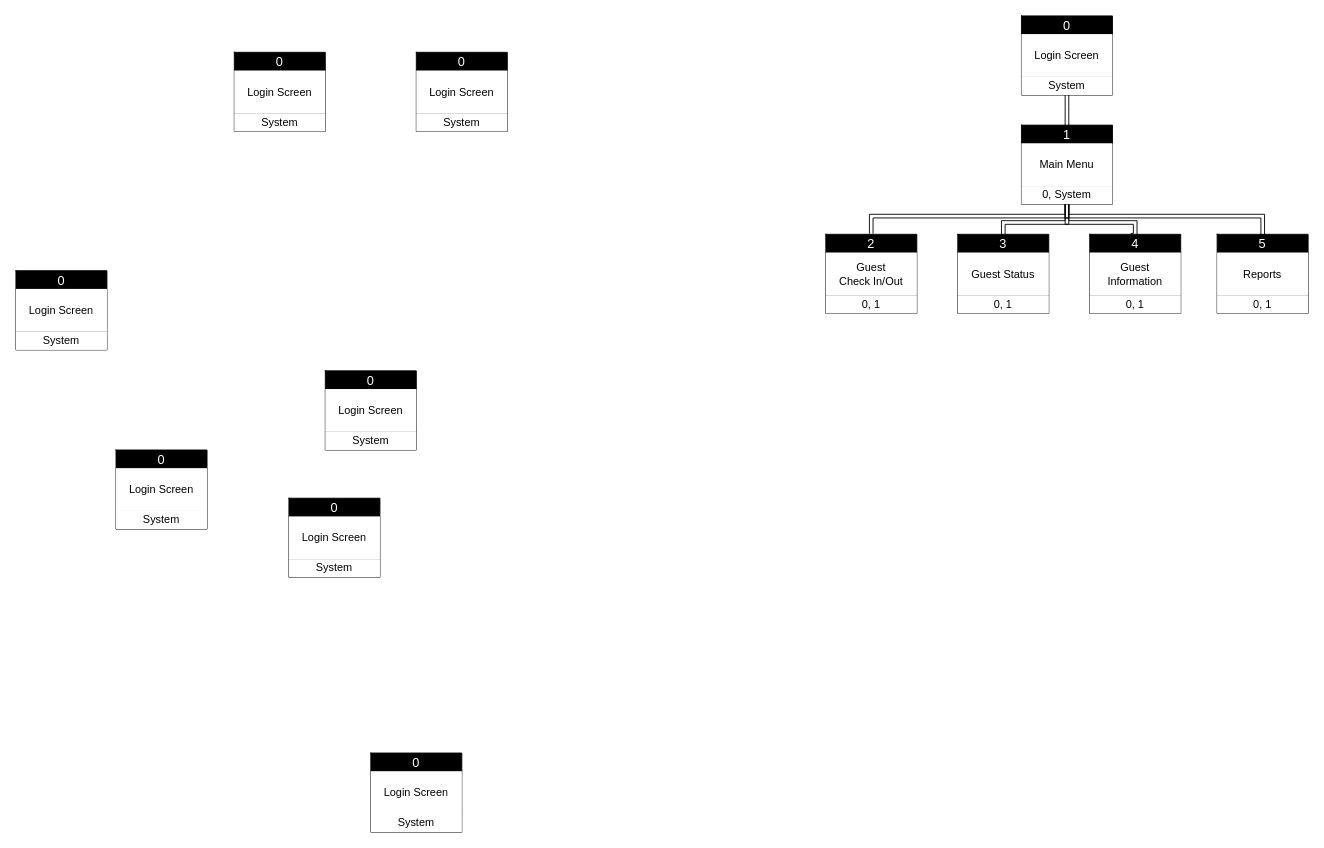
argounova/draw-io keeps this draw.io diagram as mis350-module6.drawio. Above is the earlier version. Source tidied: cells renumbered, new cells numbered last; positions are measured from the earlier drawing's top-left corner, leaving out a move shared by most shapes. Both pictures are drawn from the tidied source at 91%, with x=0, y=0 at pixel (15, 15).
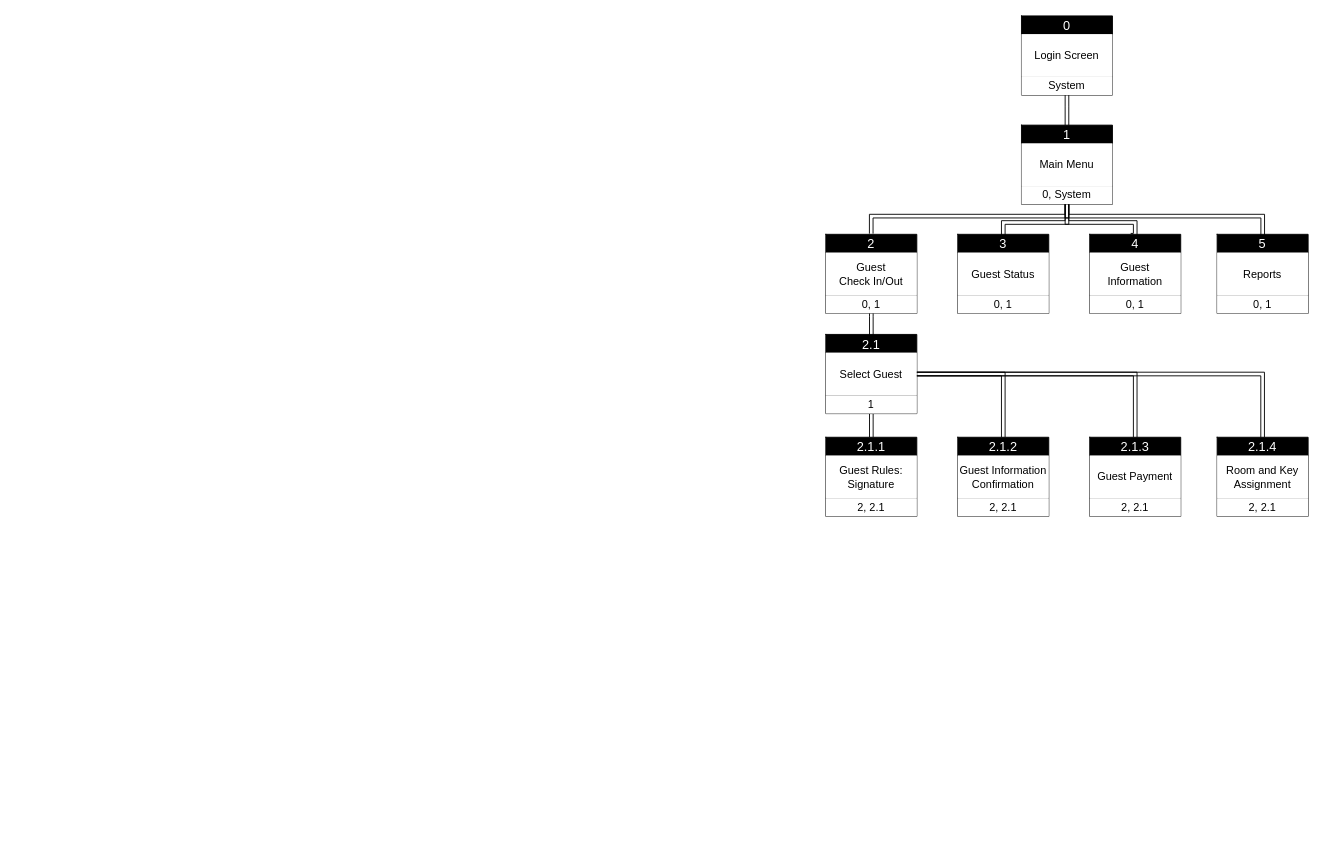
The same page after the edit.

The change refers to these unchanged cells:
```xml
<mxCell id="17" style="shape=tableRow;horizontal=0;startSize=0;swimlaneHead=0;swimlaneBody=0;strokeColor=inherit;top=0;left=0;bottom=0;right=0;fillColor=none;" parent="16" vertex="1">
  <mxGeometry width="100" height="20" as="geometry" />
</mxCell>
<mxCell id="19" style="shape=tableRow;horizontal=0;startSize=0;swimlaneHead=0;swimlaneBody=0;strokeColor=inherit;top=0;left=0;bottom=0;right=0;fillColor=none;" parent="16" vertex="1">
  <mxGeometry y="20" width="100" height="47" as="geometry" />
</mxCell>
<mxCell id="21" style="shape=tableRow;horizontal=0;startSize=0;swimlaneHead=0;swimlaneBody=0;strokeColor=inherit;top=0;left=0;bottom=0;right=0;fillColor=none;" parent="16" vertex="1">
  <mxGeometry y="67" width="100" height="20" as="geometry" />
</mxCell>
<mxCell id="23" style="shape=table;startSize=0;childLayout=tableLayout;" parent="1" vertex="1">
  <mxGeometry x="890" y="240" width="100" height="87" as="geometry" />
</mxCell>
<mxCell id="45" style="shape=tableRow;horizontal=0;startSize=0;swimlaneHead=0;swimlaneBody=0;strokeColor=inherit;top=0;left=0;bottom=0;right=0;fillColor=none;points=[[0,0.5],[1,0.5]];portConstraint=eastwest;" parent="44" vertex="1">
  <mxGeometry width="100" height="20" as="geometry" />
</mxCell>
<mxCell id="47" style="shape=tableRow;horizontal=0;startSize=0;swimlaneHead=0;swimlaneBody=0;strokeColor=inherit;top=0;left=0;bottom=0;right=0;fillColor=none;points=[[0,0.5],[1,0.5]];portConstraint=eastwest;" parent="44" vertex="1">
  <mxGeometry y="20" width="100" height="47" as="geometry" />
</mxCell>
<mxCell id="49" style="shape=tableRow;horizontal=0;startSize=0;swimlaneHead=0;swimlaneBody=0;strokeColor=inherit;top=0;left=0;bottom=0;right=0;fillColor=none;" parent="44" vertex="1">
  <mxGeometry y="67" width="100" height="20" as="geometry" />
</mxCell>
<mxCell id="59" style="shape=tableRow;horizontal=0;startSize=0;swimlaneHead=0;swimlaneBody=0;strokeColor=inherit;top=0;left=0;bottom=0;right=0;fillColor=none;" parent="58" vertex="1">
  <mxGeometry width="100" height="20" as="geometry" />
</mxCell>
<mxCell id="61" style="shape=tableRow;horizontal=0;startSize=0;swimlaneHead=0;swimlaneBody=0;strokeColor=inherit;top=0;left=0;bottom=0;right=0;fillColor=none;" parent="58" vertex="1">
  <mxGeometry y="20" width="100" height="47" as="geometry" />
</mxCell>
<mxCell id="63" style="shape=tableRow;horizontal=0;startSize=0;swimlaneHead=0;swimlaneBody=0;strokeColor=inherit;top=0;left=0;bottom=0;right=0;fillColor=none;" parent="58" vertex="1">
  <mxGeometry y="67" width="100" height="20" as="geometry" />
</mxCell>
<mxCell id="66" style="shape=tableRow;horizontal=0;startSize=0;swimlaneHead=0;swimlaneBody=0;strokeColor=inherit;top=0;left=0;bottom=0;right=0;fillColor=none;" parent="65" vertex="1">
  <mxGeometry width="100" height="20" as="geometry" />
</mxCell>
<mxCell id="68" style="shape=tableRow;horizontal=0;startSize=0;swimlaneHead=0;swimlaneBody=0;strokeColor=inherit;top=0;left=0;bottom=0;right=0;fillColor=none;" parent="65" vertex="1">
  <mxGeometry y="20" width="100" height="47" as="geometry" />
</mxCell>
<mxCell id="70" style="shape=tableRow;horizontal=0;startSize=0;swimlaneHead=0;swimlaneBody=0;strokeColor=inherit;top=0;left=0;bottom=0;right=0;fillColor=none;" parent="65" vertex="1">
  <mxGeometry y="67" width="100" height="20" as="geometry" />
</mxCell>
<mxCell id="73" style="shape=tableRow;horizontal=0;startSize=0;swimlaneHead=0;swimlaneBody=0;strokeColor=inherit;top=0;left=0;bottom=0;right=0;fillColor=none;" parent="72" vertex="1">
  <mxGeometry width="100" height="20" as="geometry" />
</mxCell>
<mxCell id="75" style="shape=tableRow;horizontal=0;startSize=0;swimlaneHead=0;swimlaneBody=0;strokeColor=inherit;top=0;left=0;bottom=0;right=0;fillColor=none;" parent="72" vertex="1">
  <mxGeometry y="20" width="100" height="47" as="geometry" />
</mxCell>
<mxCell id="77" style="shape=tableRow;horizontal=0;startSize=0;swimlaneHead=0;swimlaneBody=0;strokeColor=inherit;top=0;left=0;bottom=0;right=0;fillColor=none;" parent="72" vertex="1">
  <mxGeometry y="67" width="100" height="20" as="geometry" />
</mxCell>
```

Diff of the diagram source:
```diff
@@
     <mxCell id="16" style="shape=table;startSize=0;childLayout=tableLayout;" parent="1" vertex="1">
-      <mxGeometry x="110" y="477" width="100" height="87" as="geometry" />
+      <mxGeometry x="1320" y="463" width="100" height="87" as="geometry" />
     </mxCell>
@@
-    <mxCell id="18" value="0" style="shape=partialRectangle;html=1;whiteSpace=wrap;overflow=hidden;top=0;left=0;bottom=0;right=0;fillColor=#000000;fontColor=#FFFFFF;fontSize=14;" parent="17" vertex="1">
+    <mxCell id="18" value="2.1.4" style="shape=partialRectangle;html=1;whiteSpace=wrap;overflow=hidden;top=0;left=0;bottom=0;right=0;fillColor=#000000;fontColor=#FFFFFF;fontSize=14;" parent="17" vertex="1">
       <mxGeometry width="100" height="20" as="geometry" />
     </mxCell>
@@
-    <mxCell id="20" value="Login Screen" style="shape=partialRectangle;html=1;whiteSpace=wrap;strokeColor=inherit;overflow=hidden;fillColor=#FFFFFF;top=0;left=0;bottom=0;right=0;fillStyle=solid;" parent="19" vertex="1">
+    <mxCell id="20" value="Room and Key&lt;div&gt;Assignment&lt;/div&gt;" style="shape=partialRectangle;html=1;whiteSpace=wrap;strokeColor=inherit;overflow=hidden;fillColor=#FFFFFF;top=0;left=0;bottom=0;right=0;fillStyle=solid;" parent="19" vertex="1">
       <mxGeometry width="100" height="47" as="geometry" />
     </mxCell>
@@
-    <mxCell id="22" value="System" style="shape=partialRectangle;html=1;whiteSpace=wrap;strokeColor=inherit;overflow=hidden;fillColor=default;top=0;left=0;bottom=0;right=0;fillStyle=solid;" parent="21" vertex="1">
+    <mxCell id="22" value="2, 2.1" style="shape=partialRectangle;html=1;whiteSpace=wrap;strokeColor=inherit;overflow=hidden;fillColor=default;top=0;left=0;bottom=0;right=0;fillStyle=solid;" parent="21" vertex="1">
       <mxGeometry width="100" height="20" as="geometry" />
     </mxCell>
@@
+    <mxCell id="98" style="edgeStyle=orthogonalEdgeStyle;rounded=0;jettySize=auto;html=1;entryX=0.5;entryY=0;entryDx=0;entryDy=0;shape=link;" parent="1" edge="1" source="44" target="65">
+      <mxGeometry relative="1" as="geometry" />
+    </mxCell>
+    <mxCell id="99" style="edgeStyle=orthogonalEdgeStyle;rounded=0;jettySize=auto;html=1;entryX=0.5;entryY=0;entryDx=0;entryDy=0;shape=link;" parent="1" edge="1" source="44" target="72">
+      <mxGeometry relative="1" as="geometry" />
+    </mxCell>
     <mxCell id="44" style="shape=table;startSize=0;childLayout=tableLayout;" parent="1" vertex="1">
-      <mxGeometry x="440" y="40" width="100" height="87" as="geometry" />
+      <mxGeometry x="890" y="350" width="100" height="87" as="geometry" />
     </mxCell>
@@
-    <mxCell id="46" value="0" style="shape=partialRectangle;html=1;whiteSpace=wrap;overflow=hidden;top=0;left=0;bottom=0;right=0;fillColor=#000000;fontColor=#FFFFFF;fontSize=14;" parent="45" vertex="1">
+    <mxCell id="46" value="2.1" style="shape=partialRectangle;html=1;whiteSpace=wrap;overflow=hidden;top=0;left=0;bottom=0;right=0;fillColor=#000000;fontColor=#FFFFFF;fontSize=14;" parent="45" vertex="1">
       <mxGeometry width="100" height="20" as="geometry" />
     </mxCell>
@@
-    <mxCell id="48" value="Login Screen" style="shape=partialRectangle;html=1;whiteSpace=wrap;strokeColor=inherit;overflow=hidden;fillColor=#FFFFFF;top=0;left=0;bottom=0;right=0;fillStyle=solid;" parent="47" vertex="1">
+    <mxCell id="48" value="Select Guest" style="shape=partialRectangle;html=1;whiteSpace=wrap;strokeColor=inherit;overflow=hidden;fillColor=#FFFFFF;top=0;left=0;bottom=0;right=0;fillStyle=solid;" parent="47" vertex="1">
       <mxGeometry width="100" height="47" as="geometry" />
     </mxCell>
@@
-    <mxCell id="50" value="System" style="shape=partialRectangle;html=1;whiteSpace=wrap;strokeColor=inherit;overflow=hidden;fillColor=default;top=0;left=0;bottom=0;right=0;fillStyle=solid;" parent="49" vertex="1">
+    <mxCell id="50" value="1" style="shape=partialRectangle;html=1;whiteSpace=wrap;strokeColor=inherit;overflow=hidden;fillColor=default;top=0;left=0;bottom=0;right=0;fillStyle=solid;" parent="49" vertex="1">
       <mxGeometry width="100" height="20" as="geometry" />
     </mxCell>
-    <mxCell id="51" style="shape=table;startSize=0;childLayout=tableLayout;" parent="1" vertex="1">
-      <mxGeometry y="280" width="100" height="87" as="geometry" />
-    </mxCell>
-    <mxCell id="52" style="shape=tableRow;horizontal=0;startSize=0;swimlaneHead=0;swimlaneBody=0;strokeColor=inherit;top=0;left=0;bottom=0;right=0;fillColor=none;" parent="51" vertex="1">
-      <mxGeometry width="100" height="20" as="geometry" />
-    </mxCell>
-    <mxCell id="53" value="0" style="shape=partialRectangle;html=1;whiteSpace=wrap;overflow=hidden;top=0;left=0;bottom=0;right=0;fillColor=#000000;fontColor=#FFFFFF;fontSize=14;" parent="52" vertex="1">
-      <mxGeometry width="100" height="20" as="geometry" />
-    </mxCell>
-    <mxCell id="54" style="shape=tableRow;horizontal=0;startSize=0;swimlaneHead=0;swimlaneBody=0;strokeColor=inherit;top=0;left=0;bottom=0;right=0;fillColor=none;" parent="51" vertex="1">
-      <mxGeometry y="20" width="100" height="47" as="geometry" />
-    </mxCell>
-    <mxCell id="55" value="Login Screen" style="shape=partialRectangle;html=1;whiteSpace=wrap;strokeColor=inherit;overflow=hidden;fillColor=#FFFFFF;top=0;left=0;bottom=0;right=0;fillStyle=solid;" parent="54" vertex="1">
-      <mxGeometry width="100" height="47" as="geometry" />
-    </mxCell>
-    <mxCell id="56" style="shape=tableRow;horizontal=0;startSize=0;swimlaneHead=0;swimlaneBody=0;strokeColor=inherit;top=0;left=0;bottom=0;right=0;fillColor=none;" parent="51" vertex="1">
-      <mxGeometry y="67" width="100" height="20" as="geometry" />
-    </mxCell>
-    <mxCell id="57" value="System" style="shape=partialRectangle;html=1;whiteSpace=wrap;strokeColor=inherit;overflow=hidden;fillColor=default;top=0;left=0;bottom=0;right=0;fillStyle=solid;" parent="56" vertex="1">
-      <mxGeometry width="100" height="20" as="geometry" />
-    </mxCell>
     <mxCell id="58" style="shape=table;startSize=0;childLayout=tableLayout;" parent="1" vertex="1">
-      <mxGeometry x="300" y="530" width="100" height="87" as="geometry" />
+      <mxGeometry x="1180" y="463" width="100" height="87" as="geometry" />
     </mxCell>
@@
-    <mxCell id="60" value="0" style="shape=partialRectangle;html=1;whiteSpace=wrap;overflow=hidden;top=0;left=0;bottom=0;right=0;fillColor=#000000;fontColor=#FFFFFF;fontSize=14;" parent="59" vertex="1">
+    <mxCell id="60" value="2.1.3" style="shape=partialRectangle;html=1;whiteSpace=wrap;overflow=hidden;top=0;left=0;bottom=0;right=0;fillColor=#000000;fontColor=#FFFFFF;fontSize=14;" parent="59" vertex="1">
       <mxGeometry width="100" height="20" as="geometry" />
     </mxCell>
@@
-    <mxCell id="62" value="Login Screen" style="shape=partialRectangle;html=1;whiteSpace=wrap;strokeColor=inherit;overflow=hidden;fillColor=#FFFFFF;top=0;left=0;bottom=0;right=0;fillStyle=solid;" parent="61" vertex="1">
+    <mxCell id="62" value="Guest Payment" style="shape=partialRectangle;html=1;whiteSpace=wrap;strokeColor=inherit;overflow=hidden;fillColor=#FFFFFF;top=0;left=0;bottom=0;right=0;fillStyle=solid;" parent="61" vertex="1">
       <mxGeometry width="100" height="47" as="geometry" />
     </mxCell>
@@
-    <mxCell id="64" value="System" style="shape=partialRectangle;html=1;whiteSpace=wrap;strokeColor=inherit;overflow=hidden;fillColor=default;top=0;left=0;bottom=0;right=0;fillStyle=solid;" parent="63" vertex="1">
+    <mxCell id="64" value="2, 2.1" style="shape=partialRectangle;html=1;whiteSpace=wrap;strokeColor=inherit;overflow=hidden;fillColor=default;top=0;left=0;bottom=0;right=0;fillStyle=solid;" parent="63" vertex="1">
       <mxGeometry width="100" height="20" as="geometry" />
     </mxCell>
     <mxCell id="65" style="shape=table;startSize=0;childLayout=tableLayout;" parent="1" vertex="1">
-      <mxGeometry x="240" y="40" width="100" height="87" as="geometry" />
+      <mxGeometry x="890" y="463" width="100" height="87" as="geometry" />
     </mxCell>
@@
-    <mxCell id="67" value="0" style="shape=partialRectangle;html=1;whiteSpace=wrap;overflow=hidden;top=0;left=0;bottom=0;right=0;fillColor=#000000;fontColor=#FFFFFF;fontSize=14;" parent="66" vertex="1">
+    <mxCell id="67" value="2.1.1" style="shape=partialRectangle;html=1;whiteSpace=wrap;overflow=hidden;top=0;left=0;bottom=0;right=0;fillColor=#000000;fontColor=#FFFFFF;fontSize=14;" parent="66" vertex="1">
       <mxGeometry width="100" height="20" as="geometry" />
     </mxCell>
@@
-    <mxCell id="69" value="Login Screen" style="shape=partialRectangle;html=1;whiteSpace=wrap;strokeColor=inherit;overflow=hidden;fillColor=#FFFFFF;top=0;left=0;bottom=0;right=0;fillStyle=solid;" parent="68" vertex="1">
+    <mxCell id="69" value="Guest Rules:&lt;div&gt;Signature&lt;/div&gt;" style="shape=partialRectangle;html=1;whiteSpace=wrap;strokeColor=inherit;overflow=hidden;fillColor=#FFFFFF;top=0;left=0;bottom=0;right=0;fillStyle=solid;" parent="68" vertex="1">
       <mxGeometry width="100" height="47" as="geometry" />
     </mxCell>
@@
-    <mxCell id="71" value="System" style="shape=partialRectangle;html=1;whiteSpace=wrap;strokeColor=inherit;overflow=hidden;fillColor=default;top=0;left=0;bottom=0;right=0;fillStyle=solid;" parent="70" vertex="1">
+    <mxCell id="71" value="2, 2.1" style="shape=partialRectangle;html=1;whiteSpace=wrap;strokeColor=inherit;overflow=hidden;fillColor=default;top=0;left=0;bottom=0;right=0;fillStyle=solid;" parent="70" vertex="1">
       <mxGeometry width="100" height="20" as="geometry" />
     </mxCell>
     <mxCell id="72" style="shape=table;startSize=0;childLayout=tableLayout;" parent="1" vertex="1">
-      <mxGeometry x="340" y="390" width="100" height="87" as="geometry" />
+      <mxGeometry x="1035" y="463" width="100" height="87" as="geometry" />
     </mxCell>
@@
-    <mxCell id="74" value="0" style="shape=partialRectangle;html=1;whiteSpace=wrap;overflow=hidden;top=0;left=0;bottom=0;right=0;fillColor=#000000;fontColor=#FFFFFF;fontSize=14;" parent="73" vertex="1">
+    <mxCell id="74" value="2.1.2" style="shape=partialRectangle;html=1;whiteSpace=wrap;overflow=hidden;top=0;left=0;bottom=0;right=0;fillColor=#000000;fontColor=#FFFFFF;fontSize=14;" parent="73" vertex="1">
       <mxGeometry width="100" height="20" as="geometry" />
     </mxCell>
@@
-    <mxCell id="76" value="Login Screen" style="shape=partialRectangle;html=1;whiteSpace=wrap;strokeColor=inherit;overflow=hidden;fillColor=#FFFFFF;top=0;left=0;bottom=0;right=0;fillStyle=solid;" parent="75" vertex="1">
+    <mxCell id="76" value="Guest Information&lt;div&gt;Confirmation&lt;/div&gt;" style="shape=partialRectangle;html=1;whiteSpace=wrap;strokeColor=inherit;overflow=hidden;fillColor=#FFFFFF;top=0;left=0;bottom=0;right=0;fillStyle=solid;" parent="75" vertex="1">
       <mxGeometry width="100" height="47" as="geometry" />
     </mxCell>
@@
-    <mxCell id="78" value="System" style="shape=partialRectangle;html=1;whiteSpace=wrap;strokeColor=inherit;overflow=hidden;fillColor=default;top=0;left=0;bottom=0;right=0;fillStyle=solid;" parent="77" vertex="1">
+    <mxCell id="78" value="2, 2.1" style="shape=partialRectangle;html=1;whiteSpace=wrap;strokeColor=inherit;overflow=hidden;fillColor=default;top=0;left=0;bottom=0;right=0;fillStyle=solid;" parent="77" vertex="1">
       <mxGeometry width="100" height="20" as="geometry" />
     </mxCell>
@@
-    <mxCell id="86" style="shape=table;startSize=0;childLayout=tableLayout;" parent="1" vertex="1">
-      <mxGeometry x="390" y="810" width="100" height="87" as="geometry" />
-    </mxCell>
-    <mxCell id="87" style="shape=tableRow;horizontal=0;startSize=0;swimlaneHead=0;swimlaneBody=0;strokeColor=inherit;top=0;left=0;bottom=0;right=0;fillColor=none;" parent="86" vertex="1">
-      <mxGeometry width="100" height="20" as="geometry" />
-    </mxCell>
-    <mxCell id="88" value="0" style="shape=partialRectangle;html=1;whiteSpace=wrap;overflow=hidden;top=0;left=0;bottom=0;right=0;fillColor=#000000;fontColor=#FFFFFF;fontSize=14;" parent="87" vertex="1">
-      <mxGeometry width="100" height="20" as="geometry" />
-    </mxCell>
-    <mxCell id="89" style="shape=tableRow;horizontal=0;startSize=0;swimlaneHead=0;swimlaneBody=0;strokeColor=inherit;top=0;left=0;bottom=0;right=0;fillColor=none;" parent="86" vertex="1">
-      <mxGeometry y="20" width="100" height="47" as="geometry" />
-    </mxCell>
-    <mxCell id="90" value="Login Screen" style="shape=partialRectangle;html=1;whiteSpace=wrap;strokeColor=inherit;overflow=hidden;fillColor=#FFFFFF;top=0;left=0;bottom=0;right=0;fillStyle=solid;" parent="89" vertex="1">
-      <mxGeometry width="100" height="47" as="geometry" />
-    </mxCell>
-    <mxCell id="91" style="shape=tableRow;horizontal=0;startSize=0;swimlaneHead=0;swimlaneBody=0;strokeColor=inherit;top=0;left=0;bottom=0;right=0;fillColor=none;" parent="86" vertex="1">
-      <mxGeometry y="67" width="100" height="20" as="geometry" />
-    </mxCell>
-    <mxCell id="92" value="System" style="shape=partialRectangle;html=1;whiteSpace=wrap;strokeColor=inherit;overflow=hidden;fillColor=default;top=0;left=0;bottom=0;right=0;fillStyle=solid;" parent="91" vertex="1">
-      <mxGeometry width="100" height="20" as="geometry" />
-    </mxCell>
@@
+    <mxCell id="100" style="edgeStyle=orthogonalEdgeStyle;rounded=0;jettySize=auto;html=1;entryX=0.5;entryY=0.05;entryDx=0;entryDy=0;entryPerimeter=0;shape=link;" parent="1" edge="1" source="23" target="45">
+      <mxGeometry relative="1" as="geometry" />
+    </mxCell>
+    <mxCell id="101" style="edgeStyle=orthogonalEdgeStyle;rounded=0;jettySize=auto;html=1;entryX=0.5;entryY=0;entryDx=0;entryDy=0;shape=link;" parent="1" edge="1" source="47" target="58">
+      <mxGeometry relative="1" as="geometry" />
+    </mxCell>
+    <mxCell id="102" style="edgeStyle=orthogonalEdgeStyle;rounded=0;jettySize=auto;html=1;entryX=0.5;entryY=0;entryDx=0;entryDy=0;shape=link;" parent="1" edge="1" source="47" target="16">
+      <mxGeometry relative="1" as="geometry" />
+    </mxCell>
```
